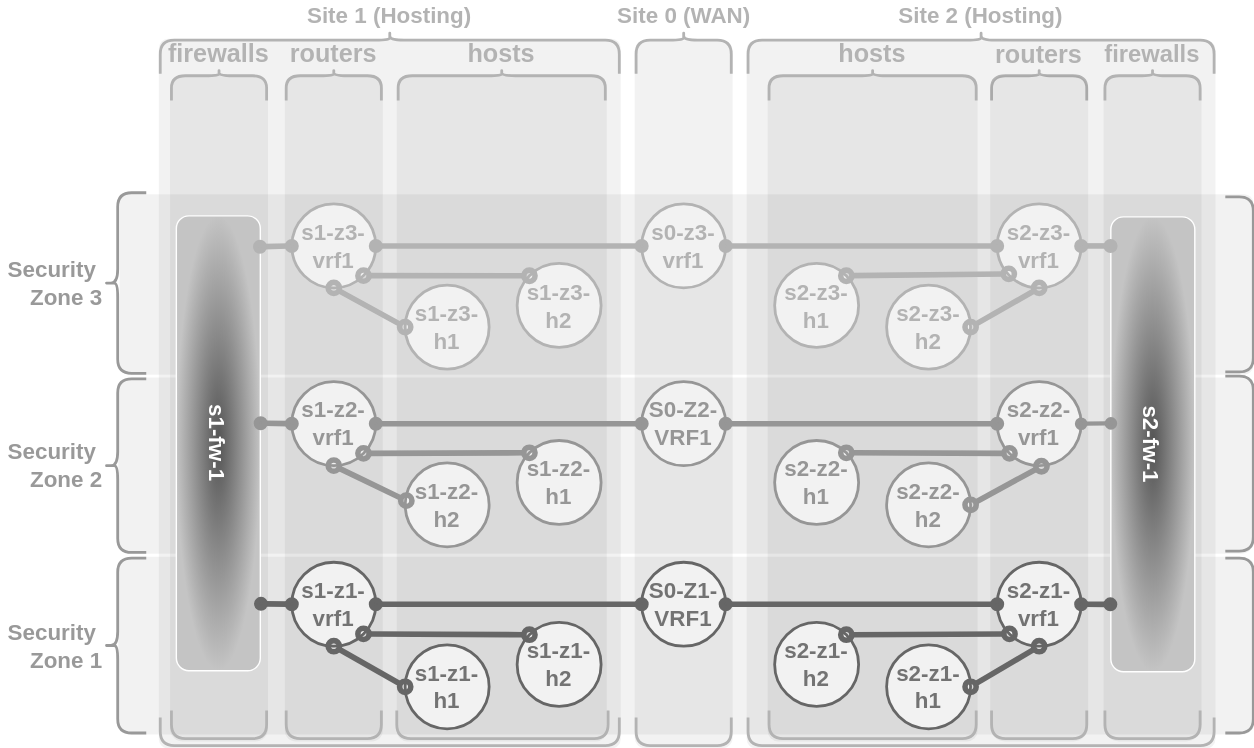
menckend/alpha keeps this draw.io diagram as pages/1/3(ecmp-symmetric)/casestudy-2a.drawio.svg. Above is the earlier version. Source tidied: cells renumbered, new cells last; positions are measured from the earlier drawing's top-left corner, leaving out a move shared by most shapes.
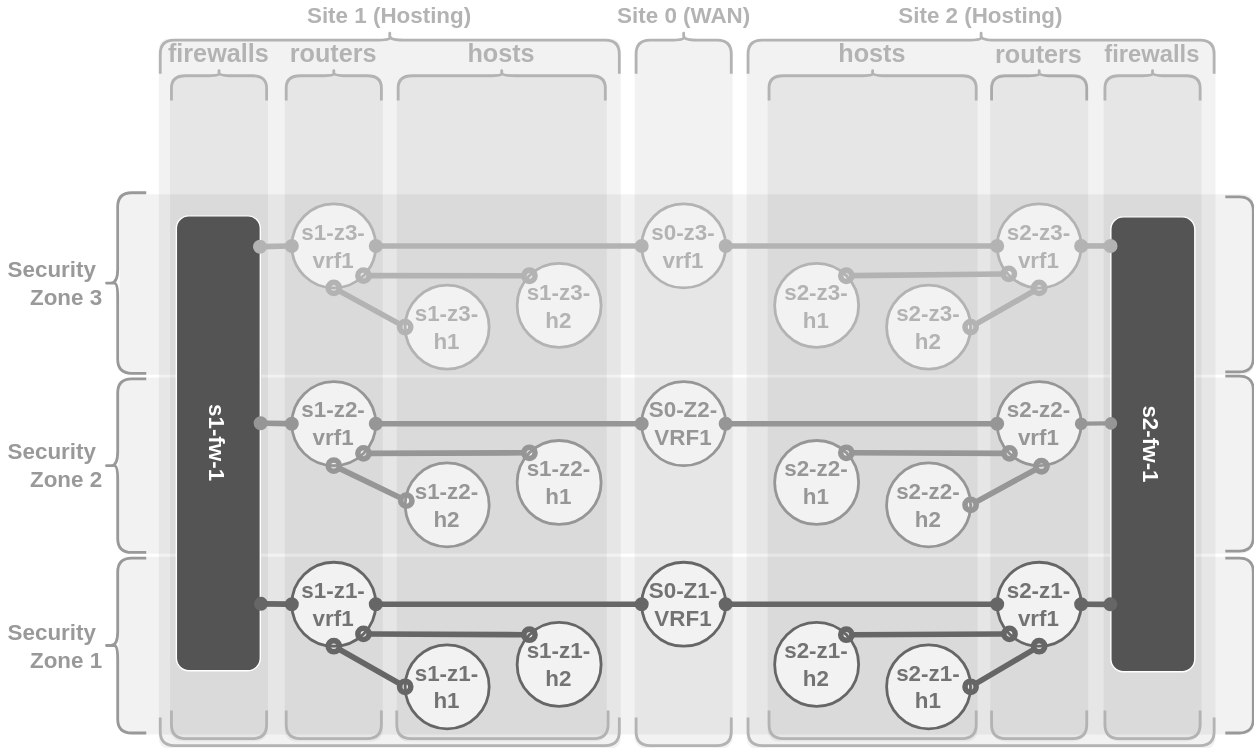
The same file after the commit.

What changed in the source:
```diff
@@ -227,7 +227,7 @@
     <mxCell id="76" style="endArrow=oval;startArrow=oval;html=1;strokeWidth=4;strokeColor=#666666;startFill=1;endFill=1;fontSize=18;fontStyle=1;entryX=0;entryY=0.5;entryDx=0;entryDy=0;exitX=1;exitY=0.5;exitDx=0;exitDy=0;" parent="1" edge="1" source="30" target="22">
       <mxGeometry relative="1" as="geometry" />
     </mxCell>
-    <mxCell id="77" value="s1-fw-1" style="rounded=1;whiteSpace=wrap;html=1;gradientColor=#C4C4C4;fillColor=#545454;strokeColor=#FFFFFF;fontColor=#FFFFFF;fontSize=16;fontStyle=1;gradientDirection=radial;rotation=90;" parent="1" vertex="1">
+    <mxCell id="77" value="s1-fw-1" style="rounded=1;whiteSpace=wrap;html=1;gradientColor=none;fillColor=#545454;strokeColor=#FFFFFF;fontColor=#FFFFFF;fontSize=16;fontStyle=1;gradientDirection=radial;rotation=90;" parent="1" vertex="1">
       <mxGeometry y="264" width="325" height="60" as="geometry" />
     </mxCell>
     <mxCell id="78" style="endArrow=oval;startArrow=oval;html=1;strokeWidth=4;strokeColor=#666666;startFill=1;endFill=1;fontSize=18;fontStyle=1;entryX=0.853;entryY=-0.008;entryDx=0;entryDy=0;entryPerimeter=0;" parent="1" edge="1" source="35" target="77">
@@ -239,7 +239,7 @@
     <mxCell id="80" style="endArrow=oval;startArrow=oval;html=1;strokeWidth=4;strokeColor=#969696;startFill=1;endFill=1;fontSize=18;fontStyle=1;exitX=0;exitY=0.5;exitDx=0;exitDy=0;entryX=0.456;entryY=-0.004;entryDx=0;entryDy=0;entryPerimeter=0;" parent="1" edge="1" source="34" target="77">
       <mxGeometry relative="1" as="geometry" />
     </mxCell>
-    <mxCell id="81" value="s2-fw-1" style="rounded=1;whiteSpace=wrap;html=1;gradientColor=#C4C4C4;fillColor=#545454;strokeColor=#FFFFFF;fontColor=#FFFFFF;fontSize=16;fontStyle=1;gradientDirection=radial;rotation=90;" parent="1" vertex="1">
+    <mxCell id="81" value="s2-fw-1" style="rounded=1;whiteSpace=wrap;html=1;gradientColor=none;fillColor=#545454;strokeColor=#FFFFFF;fontColor=#FFFFFF;fontSize=16;fontStyle=1;gradientDirection=radial;rotation=90;" parent="1" vertex="1">
       <mxGeometry x="667.7" y="264.7" width="325" height="60" as="geometry" />
     </mxCell>
     <mxCell id="82" style="endArrow=oval;startArrow=oval;html=1;strokeWidth=3;strokeColor=#969696;startFill=1;endFill=1;fontSize=18;fontStyle=1;exitX=1;exitY=0.5;exitDx=0;exitDy=0;entryX=0.454;entryY=0.999;entryDx=0;entryDy=0;entryPerimeter=0;" parent="1" edge="1" source="21" target="81">
```
